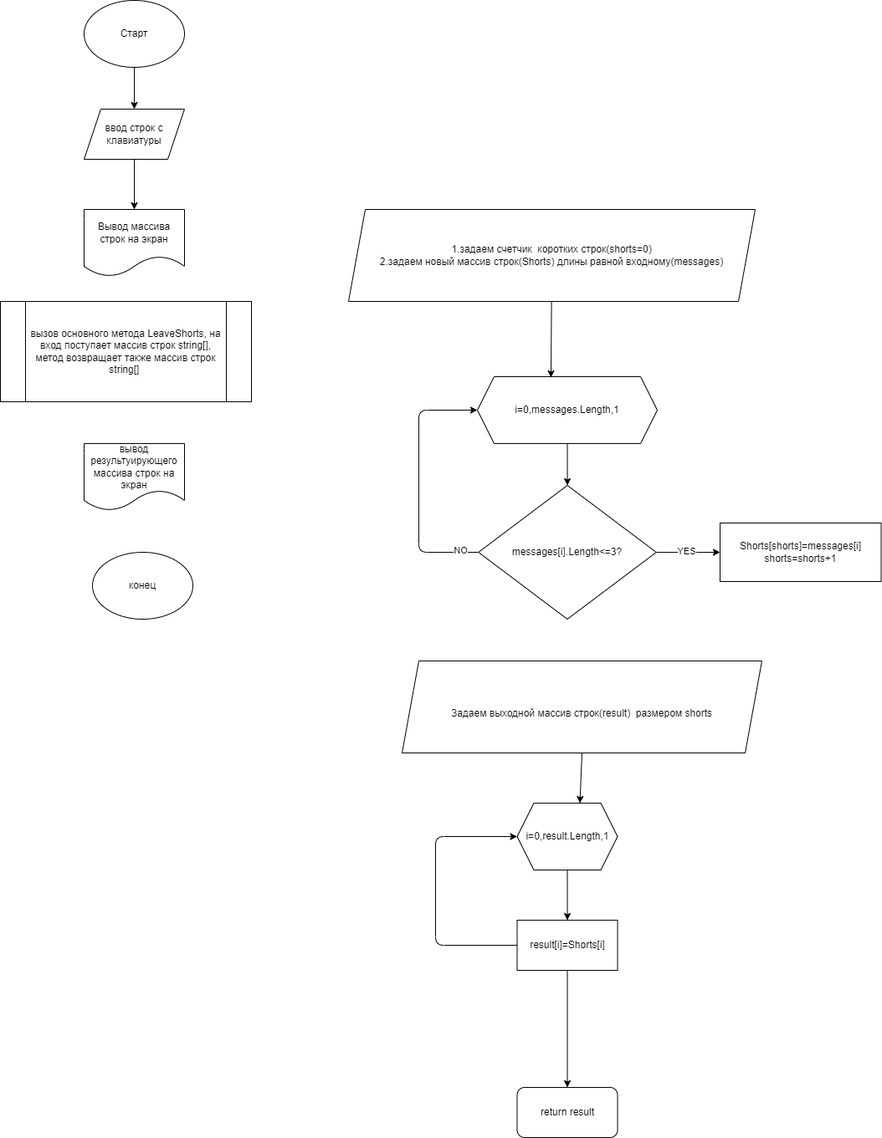
The draw.io diagram FinalWork.drawio.png in Pavel-P-Malyshev/6.Final-Work, before a commit. Source tidied: cells renumbered, new cells last; positions are measured from the earlier drawing's top-left corner, leaving out a move shared by most shapes.
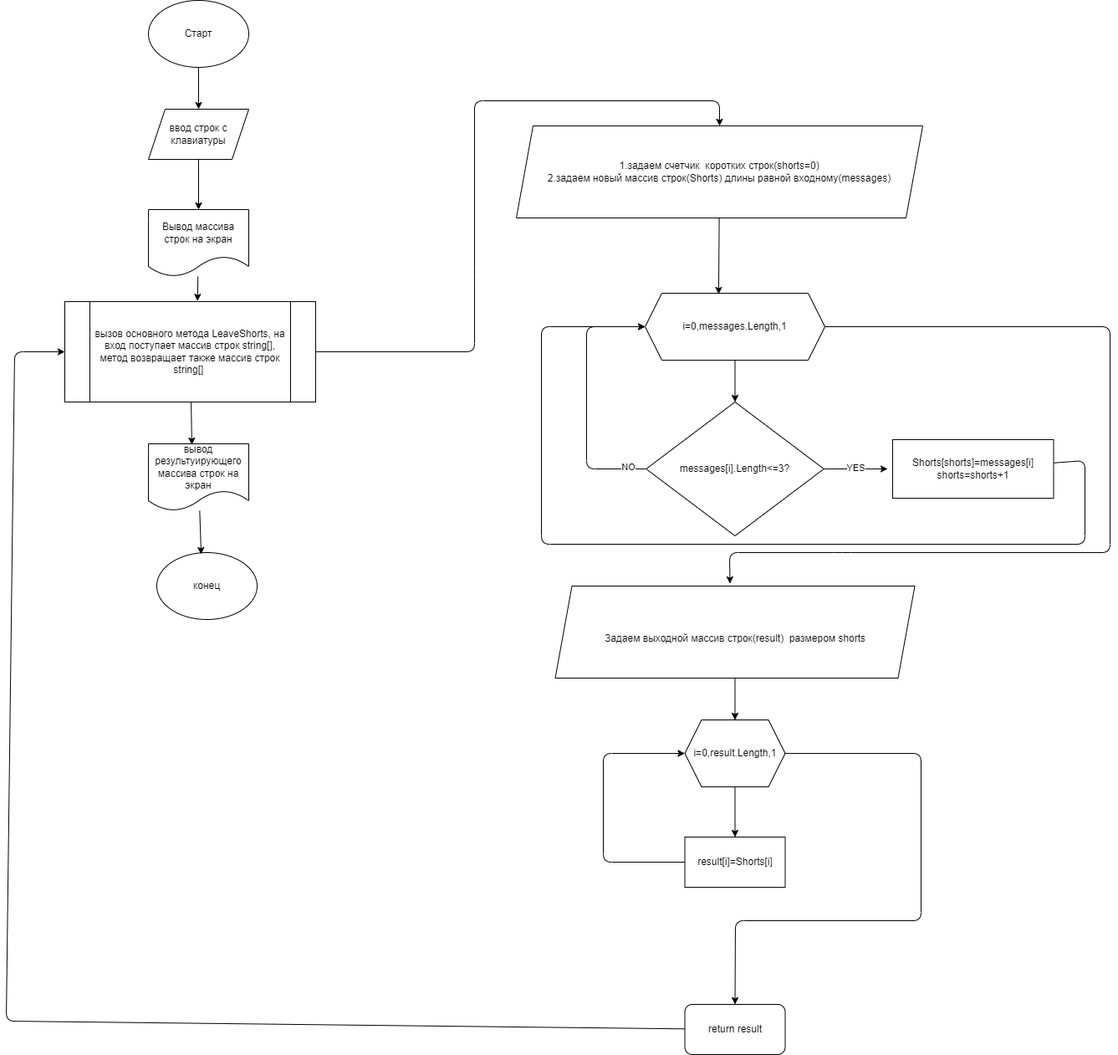
After the commit.

What changed in the source:
```diff
@@ -14,15 +14,34 @@
     <mxCell id="5" value="ввод строк с клавиатуры" style="shape=parallelogram;perimeter=parallelogramPerimeter;whiteSpace=wrap;html=1;fixedSize=1;" parent="1" vertex="1">
       <mxGeometry x="100" y="130" width="120" height="60" as="geometry" />
     </mxCell>
+    <mxCell id="28" style="edgeStyle=none;html=1;entryX=0.529;entryY=-0.006;entryDx=0;entryDy=0;entryPerimeter=0;fontSize=12;" parent="1" edge="1" source="6" target="9">
+      <mxGeometry relative="1" as="geometry" />
+    </mxCell>
     <mxCell id="6" value="Вывод массива строк на экран" style="shape=document;whiteSpace=wrap;html=1;boundedLbl=1;" parent="1" vertex="1">
       <mxGeometry x="100" y="250" width="120" height="80" as="geometry" />
     </mxCell>
     <mxCell id="7" value="конец" style="ellipse;whiteSpace=wrap;html=1;" parent="1" vertex="1">
       <mxGeometry x="110" y="660" width="120" height="80" as="geometry" />
     </mxCell>
+    <mxCell id="29" style="edgeStyle=none;html=1;entryX=0.442;entryY=0.025;entryDx=0;entryDy=0;entryPerimeter=0;fontSize=12;" parent="1" edge="1" source="8" target="7">
+      <mxGeometry relative="1" as="geometry" />
+    </mxCell>
     <mxCell id="8" value="вывод результуирующего массива строк на экран" style="shape=document;whiteSpace=wrap;html=1;boundedLbl=1;" parent="1" vertex="1">
       <mxGeometry x="100" y="530" width="120" height="80" as="geometry" />
     </mxCell>
+    <mxCell id="30" style="edgeStyle=none;html=1;entryX=0.5;entryY=0;entryDx=0;entryDy=0;fontSize=12;exitX=1;exitY=0.5;exitDx=0;exitDy=0;" parent="1" edge="1" source="9" target="11">
+      <mxGeometry relative="1" as="geometry">
+        <Array as="points">
+          <mxPoint x="490" y="420" />
+          <mxPoint x="490" y="330" />
+          <mxPoint x="490" y="120" />
+          <mxPoint x="783" y="120" />
+        </Array>
+      </mxGeometry>
+    </mxCell>
+    <mxCell id="31" style="edgeStyle=none;html=1;entryX=0.433;entryY=0.013;entryDx=0;entryDy=0;entryPerimeter=0;fontSize=12;" parent="1" edge="1" source="9" target="8">
+      <mxGeometry relative="1" as="geometry" />
+    </mxCell>
     <mxCell id="9" value="вызов основного метода LeaveShorts, на вход поступает массив строк string[], метод возвращает также массив строк string[]&lt;span&gt;&amp;nbsp;&lt;/span&gt;" style="shape=process;whiteSpace=wrap;html=1;backgroundOutline=1;" parent="1" vertex="1">
       <mxGeometry y="360" width="300" height="120" as="geometry" />
     </mxCell>
@@ -30,27 +49,39 @@
       <mxGeometry relative="1" as="geometry" />
     </mxCell>
     <mxCell id="11" value="1.задаем счетчик&amp;nbsp; коротких строк(shorts=0)&lt;br&gt;2.задаем новый массив строк(Shorts) длины равной входному(messages)" style="shape=parallelogram;perimeter=parallelogramPerimeter;whiteSpace=wrap;html=1;fixedSize=1;" parent="1" vertex="1">
-      <mxGeometry x="416" y="250" width="486" height="110" as="geometry" />
+      <mxGeometry x="540" y="150" width="486" height="110" as="geometry" />
     </mxCell>
     <mxCell id="12" style="edgeStyle=none;html=1;entryX=0.5;entryY=0;entryDx=0;entryDy=0;" parent="1" edge="1" source="13" target="18">
       <mxGeometry relative="1" as="geometry" />
     </mxCell>
+    <mxCell id="32" style="edgeStyle=none;html=1;exitX=1;exitY=0.5;exitDx=0;exitDy=0;entryX=0.486;entryY=-0.027;entryDx=0;entryDy=0;entryPerimeter=0;fontSize=12;" parent="1" edge="1" source="13" target="21">
+      <mxGeometry relative="1" as="geometry">
+        <Array as="points">
+          <mxPoint x="1250" y="390" />
+          <mxPoint x="1250" y="660" />
+          <mxPoint x="930" y="660" />
+          <mxPoint x="795" y="660" />
+        </Array>
+      </mxGeometry>
+    </mxCell>
     <mxCell id="13" value="i=0,messages.Length,1&lt;br&gt;" style="shape=hexagon;perimeter=hexagonPerimeter2;whiteSpace=wrap;html=1;fixedSize=1;" parent="1" vertex="1">
-      <mxGeometry x="570" y="450" width="215" height="80" as="geometry" />
+      <mxGeometry x="694" y="350" width="215" height="80" as="geometry" />
     </mxCell>
     <mxCell id="14" style="edgeStyle=none;html=1;entryX=0;entryY=0.5;entryDx=0;entryDy=0;" parent="1" edge="1" source="18" target="13">
       <mxGeometry relative="1" as="geometry">
         <Array as="points">
-          <mxPoint x="500" y="660" />
-          <mxPoint x="500" y="490" />
+          <mxPoint x="624" y="560" />
+          <mxPoint x="624" y="390" />
         </Array>
       </mxGeometry>
     </mxCell>
     <mxCell id="15" value="NO" style="edgeLabel;html=1;align=center;verticalAlign=middle;" parent="14" vertex="1">
       <mxGeometry x="-0.86" y="-3" relative="1" as="geometry" />
     </mxCell>
-    <mxCell id="16" style="edgeStyle=none;html=1;exitX=1;exitY=0.5;exitDx=0;exitDy=0;entryX=0;entryY=0.5;entryDx=0;entryDy=0;" parent="1" edge="1" source="18" target="19">
-      <mxGeometry relative="1" as="geometry" />
+    <mxCell id="16" style="edgeStyle=none;html=1;exitX=1;exitY=0.5;exitDx=0;exitDy=0;entryX=0;entryY=0.5;entryDx=0;entryDy=0;" parent="1" edge="1" source="18">
+      <mxGeometry relative="1" as="geometry">
+        <mxPoint x="984" y="560" as="targetPoint" />
+      </mxGeometry>
     </mxCell>
     <mxCell id="17" value="YES" style="edgeLabel;html=1;align=center;verticalAlign=middle;" parent="16" vertex="1">
       <mxGeometry x="0.34" y="2" relative="1" as="geometry">
@@ -58,39 +89,64 @@
       </mxGeometry>
     </mxCell>
     <mxCell id="18" value="messages[i].Length&amp;lt;=3?" style="rhombus;whiteSpace=wrap;html=1;" parent="1" vertex="1">
-      <mxGeometry x="571.2" y="580" width="212.5" height="160" as="geometry" />
+      <mxGeometry x="695.2" y="480" width="212.5" height="160" as="geometry" />
     </mxCell>
+    <mxCell id="33" style="edgeStyle=none;html=1;entryX=0;entryY=0.5;entryDx=0;entryDy=0;fontSize=12;" parent="1" edge="1" source="19" target="13">
+      <mxGeometry relative="1" as="geometry">
+        <Array as="points">
+          <mxPoint x="1220" y="550" />
+          <mxPoint x="1220" y="650" />
+          <mxPoint x="570" y="650" />
+          <mxPoint x="570" y="390" />
+        </Array>
+      </mxGeometry>
+    </mxCell>
     <mxCell id="19" value="Shorts[shorts]=messages[i]&lt;br&gt;shorts=shorts+1" style="rounded=0;whiteSpace=wrap;html=1;" parent="1" vertex="1">
-      <mxGeometry x="860" y="625" width="192.5" height="70" as="geometry" />
+      <mxGeometry x="990" y="525" width="192.5" height="70" as="geometry" />
     </mxCell>
-    <mxCell id="20" style="edgeStyle=none;html=1;exitX=0.5;exitY=1;exitDx=0;exitDy=0;entryX=0.625;entryY=0;entryDx=0;entryDy=0;fontSize=12;" parent="1" edge="1" source="21" target="23">
+    <mxCell id="20" style="edgeStyle=none;html=1;exitX=0.5;exitY=1;exitDx=0;exitDy=0;entryX=0.5;entryY=0;entryDx=0;entryDy=0;fontSize=12;" parent="1" edge="1" source="21" target="23">
       <mxGeometry relative="1" as="geometry" />
     </mxCell>
     <mxCell id="21" value="&lt;font&gt;&lt;br&gt;&lt;font style=&quot;font-size: 12px&quot;&gt;Задаем выходной массив строк(result)&amp;nbsp; размером shorts&lt;/font&gt;&lt;/font&gt;" style="shape=parallelogram;perimeter=parallelogramPerimeter;whiteSpace=wrap;html=1;fixedSize=1;" parent="1" vertex="1">
-      <mxGeometry x="480" y="790" width="430" height="110" as="geometry" />
+      <mxGeometry x="586.5" y="700" width="430" height="110" as="geometry" />
     </mxCell>
     <mxCell id="22" style="edgeStyle=none;html=1;exitX=0.5;exitY=1;exitDx=0;exitDy=0;entryX=0.5;entryY=0;entryDx=0;entryDy=0;fontSize=12;" parent="1" edge="1" source="23" target="26">
       <mxGeometry relative="1" as="geometry" />
     </mxCell>
+    <mxCell id="34" style="edgeStyle=none;html=1;entryX=0.5;entryY=0;entryDx=0;entryDy=0;fontSize=12;" parent="1" edge="1" source="23" target="27">
+      <mxGeometry relative="1" as="geometry">
+        <Array as="points">
+          <mxPoint x="1024" y="900" />
+          <mxPoint x="1024" y="1100" />
+          <mxPoint x="802" y="1100" />
+        </Array>
+      </mxGeometry>
+    </mxCell>
     <mxCell id="23" value="i=0,result.Length,1" style="shape=hexagon;perimeter=hexagonPerimeter2;whiteSpace=wrap;html=1;fixedSize=1;fontSize=12;" parent="1" vertex="1">
-      <mxGeometry x="617.5" y="960" width="120" height="80" as="geometry" />
+      <mxGeometry x="741.5" y="860" width="120" height="80" as="geometry" />
     </mxCell>
     <mxCell id="24" style="edgeStyle=none;html=1;entryX=0;entryY=0.5;entryDx=0;entryDy=0;fontSize=12;" parent="1" edge="1" source="26" target="23">
       <mxGeometry relative="1" as="geometry">
         <Array as="points">
-          <mxPoint x="520" y="1130" />
-          <mxPoint x="520" y="1000" />
+          <mxPoint x="644" y="1030" />
+          <mxPoint x="644" y="900" />
         </Array>
       </mxGeometry>
     </mxCell>
-    <mxCell id="25" style="edgeStyle=none;html=1;entryX=0.5;entryY=0;entryDx=0;entryDy=0;fontSize=12;" parent="1" edge="1" source="26" target="27">
-      <mxGeometry relative="1" as="geometry" />
-    </mxCell>
     <mxCell id="26" value="result[i]=Shorts[i]" style="rounded=0;whiteSpace=wrap;html=1;fontSize=12;" parent="1" vertex="1">
-      <mxGeometry x="617.5" y="1100" width="120" height="60" as="geometry" />
+      <mxGeometry x="741.5" y="1000" width="120" height="60" as="geometry" />
     </mxCell>
+    <mxCell id="35" style="edgeStyle=none;html=1;fontSize=12;" parent="1" edge="1" source="27">
+      <mxGeometry relative="1" as="geometry">
+        <mxPoint y="420" as="targetPoint" />
+        <Array as="points">
+          <mxPoint x="-70" y="1220" />
+          <mxPoint x="-60" y="420" />
+        </Array>
+      </mxGeometry>
+    </mxCell>
     <mxCell id="27" value="return result" style="rounded=1;whiteSpace=wrap;html=1;fontSize=12;" parent="1" vertex="1">
-      <mxGeometry x="617.5" y="1300" width="120" height="60" as="geometry" />
+      <mxGeometry x="741.5" y="1200" width="120" height="60" as="geometry" />
     </mxCell>
   </root>
 </mxGraphModel>
```
